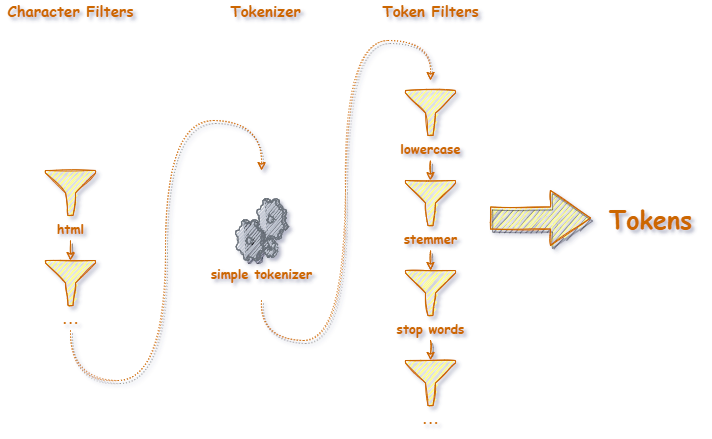
This is res/textanalyzer.png from vincent-scw/mysearchengine, a draw.io export, as it was before one commit. Source tidied: cells renumbered, new cells last; positions are measured from the earlier drawing's top-left corner, leaving out a move shared by most shapes.
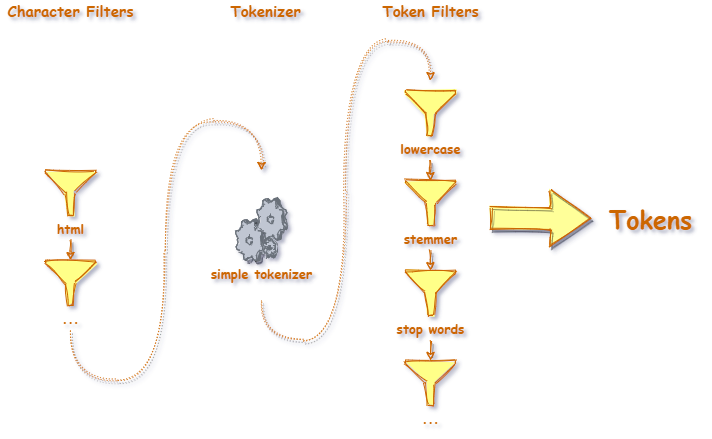
Above is the later version.

Change to the diagram source:
```diff
@@ -10,7 +10,7 @@
         <mxPoint x="25" y="70" as="sourcePoint" />
       </mxGeometry>
     </mxCell>
-    <mxCell id="4" value="lowercase" style="shadow=0;dashed=0;html=1;strokeColor=#CC6600;labelPosition=center;verticalLabelPosition=bottom;verticalAlign=top;align=center;fillColor=#ffff88;shape=mxgraph.mscae.enterprise.filter;labelBackgroundColor=none;sketch=1;fontFamily=Comic Sans MS;fontSize=13;fontStyle=1;fontColor=#CC6600;" parent="2" vertex="1">
+    <mxCell id="4" value="lowercase" style="shadow=0;dashed=0;html=1;strokeColor=#CC6600;labelPosition=center;verticalLabelPosition=bottom;verticalAlign=top;align=center;fillColor=#ffff88;shape=mxgraph.mscae.enterprise.filter;labelBackgroundColor=none;sketch=1;fontFamily=Comic Sans MS;fontSize=13;fontStyle=1;fontColor=#CC6600;fillStyle=solid;" parent="2" vertex="1">
       <mxGeometry width="50" height="45" as="geometry" />
     </mxCell>
     <mxCell id="5" style="edgeStyle=none;rounded=0;sketch=1;jettySize=auto;html=1;shadow=1;endArrow=classic;endFill=0;strokeColor=#CC6600;strokeWidth=1;fontFamily=Comic Sans MS;fontSize=13;fontStyle=1;fontColor=#CC6600;" parent="2" edge="1" target="8">
@@ -18,7 +18,7 @@
         <mxPoint x="25" y="160" as="sourcePoint" />
       </mxGeometry>
     </mxCell>
-    <mxCell id="6" value="stemmer" style="shadow=0;dashed=0;html=1;strokeColor=#CC6600;labelPosition=center;verticalLabelPosition=bottom;verticalAlign=top;align=center;fillColor=#ffff88;shape=mxgraph.mscae.enterprise.filter;labelBackgroundColor=none;sketch=1;fontFamily=Comic Sans MS;fontSize=13;fontStyle=1;fontColor=#CC6600;" parent="2" vertex="1">
+    <mxCell id="6" value="stemmer" style="shadow=0;dashed=0;html=1;strokeColor=#CC6600;labelPosition=center;verticalLabelPosition=bottom;verticalAlign=top;align=center;fillColor=#ffff88;shape=mxgraph.mscae.enterprise.filter;labelBackgroundColor=none;sketch=1;fontFamily=Comic Sans MS;fontSize=13;fontStyle=1;fontColor=#CC6600;fillStyle=solid;" parent="2" vertex="1">
       <mxGeometry y="90" width="50" height="45" as="geometry" />
     </mxCell>
     <mxCell id="7" style="edgeStyle=none;rounded=0;sketch=1;jettySize=auto;html=1;shadow=1;endArrow=classic;endFill=0;strokeColor=#CC6600;strokeWidth=1;fontFamily=Comic Sans MS;fontSize=13;fontColor=#CC6600;fontStyle=1;" parent="2" edge="1" target="9">
@@ -26,10 +26,10 @@
         <mxPoint x="25" y="250" as="sourcePoint" />
       </mxGeometry>
     </mxCell>
-    <mxCell id="8" value="stop words" style="shadow=0;dashed=0;html=1;strokeColor=#CC6600;labelPosition=center;verticalLabelPosition=bottom;verticalAlign=top;align=center;fillColor=#ffff88;shape=mxgraph.mscae.enterprise.filter;labelBackgroundColor=none;sketch=1;fontFamily=Comic Sans MS;fontSize=13;fontStyle=1;fontColor=#CC6600;" parent="2" vertex="1">
+    <mxCell id="8" value="stop words" style="shadow=0;dashed=0;html=1;strokeColor=#CC6600;labelPosition=center;verticalLabelPosition=bottom;verticalAlign=top;align=center;fillColor=#ffff88;shape=mxgraph.mscae.enterprise.filter;labelBackgroundColor=none;sketch=1;fontFamily=Comic Sans MS;fontSize=13;fontStyle=1;fontColor=#CC6600;fillStyle=solid;" parent="2" vertex="1">
       <mxGeometry y="180" width="50" height="45" as="geometry" />
     </mxCell>
-    <mxCell id="9" value="..." style="shadow=0;dashed=0;html=1;strokeColor=#CC6600;labelPosition=center;verticalLabelPosition=bottom;verticalAlign=top;align=center;fillColor=#ffff88;shape=mxgraph.mscae.enterprise.filter;labelBackgroundColor=none;sketch=1;fontFamily=Comic Sans MS;fontSize=13;fontStyle=1;fontColor=#CC6600;" parent="2" vertex="1">
+    <mxCell id="9" value="..." style="shadow=0;dashed=0;html=1;strokeColor=#CC6600;labelPosition=center;verticalLabelPosition=bottom;verticalAlign=top;align=center;fillColor=#ffff88;shape=mxgraph.mscae.enterprise.filter;labelBackgroundColor=none;sketch=1;fontFamily=Comic Sans MS;fontSize=13;fontStyle=1;fontColor=#CC6600;fillStyle=solid;" parent="2" vertex="1">
       <mxGeometry y="270" width="50" height="45" as="geometry" />
     </mxCell>
     <mxCell id="10" value="Token Filters" style="text;html=1;align=center;verticalAlign=middle;fontSize=15;fontFamily=Comic Sans MS;fontStyle=1;fontColor=#CC6600;" parent="1" vertex="1">
@@ -65,7 +65,7 @@
         </Array>
       </mxGeometry>
     </mxCell>
-    <mxCell id="15" value="simple tokenizer" style="verticalLabelPosition=bottom;html=1;verticalAlign=top;strokeColor=none;align=center;shape=mxgraph.citrix.process;shadow=1;labelBackgroundColor=none;sketch=1;fontFamily=Comic Sans MS;fontSize=13;fontStyle=1;fontColor=#CC6600;fillColor=#CC6600;" parent="1" vertex="1">
+    <mxCell id="15" value="simple tokenizer" style="verticalLabelPosition=bottom;html=1;verticalAlign=top;strokeColor=none;align=center;shape=mxgraph.citrix.process;shadow=1;labelBackgroundColor=none;sketch=1;fontFamily=Comic Sans MS;fontSize=13;fontStyle=1;fontColor=#CC6600;fillColor=#CC6600;fillStyle=solid;" parent="1" vertex="1">
       <mxGeometry x="235" y="198" width="52" height="62" as="geometry" />
     </mxCell>
     <mxCell id="16" style="group;fontColor=#CC6600;fontStyle=1;fontSize=13;labelBorderColor=none;" parent="1" vertex="1">
@@ -76,13 +76,13 @@
         <mxPoint x="25" y="70" as="sourcePoint" />
       </mxGeometry>
     </mxCell>
-    <mxCell id="18" value="html" style="shadow=0;dashed=0;html=1;strokeColor=#CC6600;labelPosition=center;verticalLabelPosition=bottom;verticalAlign=top;align=center;fillColor=#ffff88;shape=mxgraph.mscae.enterprise.filter;labelBackgroundColor=none;sketch=1;fontFamily=Comic Sans MS;fontSize=13;fontStyle=1;fontColor=#CC6600;labelBorderColor=none;" parent="16" vertex="1">
+    <mxCell id="18" value="html" style="shadow=0;dashed=0;html=1;strokeColor=#CC6600;labelPosition=center;verticalLabelPosition=bottom;verticalAlign=top;align=center;fillColor=#ffff88;shape=mxgraph.mscae.enterprise.filter;labelBackgroundColor=none;sketch=1;fontFamily=Comic Sans MS;fontSize=13;fontStyle=1;fontColor=#CC6600;labelBorderColor=none;fillStyle=solid;" parent="16" vertex="1">
       <mxGeometry width="50" height="45" as="geometry" />
     </mxCell>
-    <mxCell id="19" value="..." style="shadow=0;dashed=0;html=1;strokeColor=#CC6600;labelPosition=center;verticalLabelPosition=bottom;verticalAlign=top;align=center;fillColor=#ffff88;shape=mxgraph.mscae.enterprise.filter;labelBackgroundColor=none;sketch=1;fontFamily=Comic Sans MS;fontSize=13;fontStyle=1;fontColor=#CC6600;" parent="16" vertex="1">
+    <mxCell id="19" value="..." style="shadow=0;dashed=0;html=1;strokeColor=#CC6600;labelPosition=center;verticalLabelPosition=bottom;verticalAlign=top;align=center;fillColor=#ffff88;shape=mxgraph.mscae.enterprise.filter;labelBackgroundColor=none;sketch=1;fontFamily=Comic Sans MS;fontSize=13;fontStyle=1;fontColor=#CC6600;fillStyle=solid;" parent="16" vertex="1">
       <mxGeometry y="90" width="50" height="45" as="geometry" />
     </mxCell>
-    <mxCell id="20" style="html=1;whiteSpace=wrap;fillColor=#ffff99;shape=mxgraph.archimate3.process;shadow=1;labelBackgroundColor=none;sketch=1;strokeColor=#CC6600;fontFamily=Comic Sans MS;fontSize=13;fontColor=#CC6600;" parent="1" vertex="1">
+    <mxCell id="20" style="html=1;whiteSpace=wrap;fillColor=#ffff99;shape=mxgraph.archimate3.process;shadow=1;labelBackgroundColor=none;sketch=1;strokeColor=#CC6600;fontFamily=Comic Sans MS;fontSize=13;fontColor=#CC6600;fillStyle=solid;" parent="1" vertex="1">
       <mxGeometry x="490" y="190" width="100" height="55" as="geometry" />
     </mxCell>
     <mxCell id="21" value="Tokens" style="text;html=1;align=center;verticalAlign=middle;fontSize=25;fontFamily=Comic Sans MS;fontStyle=1;fontColor=#CC6600;" parent="1" vertex="1">
```
